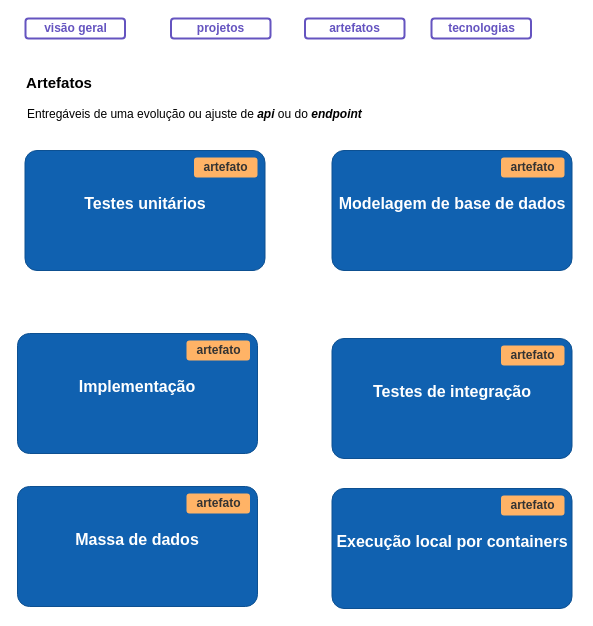
Earlier version of the draw.io diagram page "Artefatos" (3 of 18) of as-is-mock-bank.drawio (andretrindade/mock-bank-project). Source tidied: cells renumbered, new cells numbered last; positions are measured from the earlier drawing's top-left corner, leaving out a move shared by most shapes. Both pictures are drawn from the tidied source at 100%, with x=0, y=0 at pixel (17, 18).
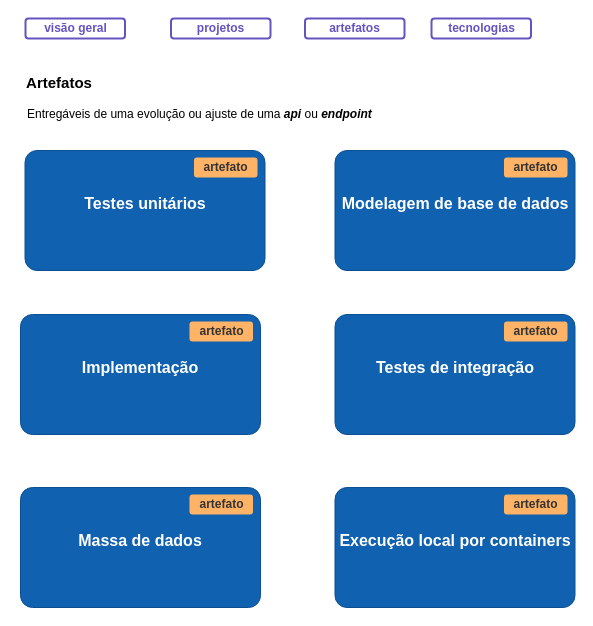
The same page after the edit.

Change to the diagram source:
```diff
@@
-    <mxCell id="3" value="Entregáveis de uma evolução ou ajuste de &lt;b&gt;&lt;i&gt;api&lt;/i&gt;&lt;/b&gt; ou do &lt;b&gt;&lt;i&gt;endpoint&lt;/i&gt;&lt;/b&gt;" style="text;html=1;align=left;verticalAlign=middle;whiteSpace=wrap;rounded=0;" parent="1" vertex="1">
+    <mxCell id="3" value="Entregáveis de uma evolução ou ajuste de uma&amp;nbsp;&lt;b&gt;&lt;i&gt;api&lt;/i&gt;&lt;/b&gt; ou&amp;nbsp;&lt;b&gt;&lt;i&gt;endpoint&lt;/i&gt;&lt;/b&gt;" style="text;html=1;align=left;verticalAlign=middle;whiteSpace=wrap;rounded=0;" parent="1" vertex="1">
       <mxGeometry x="8" y="81" width="389" height="30" as="geometry" />
     </mxCell>
@@
     <object id="10" label="&lt;font style=&quot;font-size: 16px&quot;&gt;&lt;b&gt;%c4Name%&lt;/b&gt;&lt;/font&gt;&lt;div&gt;&lt;/div&gt;&lt;br&gt;&lt;div&gt;&lt;font style=&quot;font-size: 11px&quot;&gt;&lt;font &gt;%c4Description%&lt;/font&gt;&lt;/div&gt;" c4Description="" c4Name="Implementação" placeholders="1">
       <mxCell style="rounded=1;whiteSpace=wrap;html=1;labelBackgroundColor=none;fillColor=#1061B0;fontColor=#ffffff;align=center;arcSize=10;strokeColor=#0D5091;" parent="1" vertex="1">
-        <mxGeometry y="315" width="240" height="120" as="geometry" />
+        <mxGeometry x="3" y="296" width="240" height="120" as="geometry" />
       </mxCell>
     </object>
     <mxCell id="11" value="artefato" style="dashed=0;html=1;rounded=1;strokeColor=none;fontSize=12;align=center;fontStyle=1;strokeWidth=2;fillColor=#FFB366;fontColor=#333333;verticalAlign=middle;fontFamily=Helvetica;" parent="1" vertex="1">
-      <mxGeometry x="169" y="322" width="63.5" height="20" as="geometry" />
+      <mxGeometry x="172" y="303" width="63.5" height="20" as="geometry" />
     </mxCell>
     <object id="12" label="&lt;font style=&quot;font-size: 16px&quot;&gt;&lt;b&gt;%c4Name%&lt;/b&gt;&lt;/font&gt;&lt;div&gt;&lt;/div&gt;&lt;br&gt;&lt;div&gt;&lt;font style=&quot;font-size: 11px&quot;&gt;&lt;font &gt;%c4Description%&lt;/font&gt;&lt;/div&gt;" c4Description="" c4Name="Modelagem de base de dados" placeholders="1">
       <mxCell style="rounded=1;whiteSpace=wrap;html=1;labelBackgroundColor=none;fillColor=#1061B0;fontColor=#ffffff;align=center;arcSize=10;strokeColor=#0D5091;" parent="1" vertex="1">
-        <mxGeometry x="314.5" y="132" width="240" height="120" as="geometry" />
+        <mxGeometry x="317.5" y="132" width="240" height="120" as="geometry" />
       </mxCell>
     </object>
     <mxCell id="13" value="artefato" style="dashed=0;html=1;rounded=1;strokeColor=none;fontSize=12;align=center;fontStyle=1;strokeWidth=2;fillColor=#FFB366;fontColor=#333333;" parent="1" vertex="1">
-      <mxGeometry x="483.5" y="139" width="63.5" height="20" as="geometry" />
+      <mxGeometry x="486.5" y="139" width="63.5" height="20" as="geometry" />
     </mxCell>
     <object id="14" label="&lt;font style=&quot;font-size: 16px&quot;&gt;&lt;b&gt;%c4Name%&lt;/b&gt;&lt;/font&gt;&lt;div&gt;&lt;/div&gt;&lt;br&gt;&lt;div&gt;&lt;font style=&quot;font-size: 11px&quot;&gt;&lt;font &gt;%c4Description%&lt;/font&gt;&lt;/div&gt;" c4Description="" c4Name="Testes de integração" placeholders="1">
       <mxCell style="rounded=1;whiteSpace=wrap;html=1;labelBackgroundColor=none;fillColor=#1061B0;fontColor=#ffffff;align=center;arcSize=10;strokeColor=#0D5091;" parent="1" vertex="1">
-        <mxGeometry x="314.5" y="320" width="240" height="120" as="geometry" />
+        <mxGeometry x="317.5" y="296" width="240" height="120" as="geometry" />
       </mxCell>
     </object>
     <mxCell id="15" value="artefato" style="dashed=0;html=1;rounded=1;strokeColor=none;fontSize=12;align=center;fontStyle=1;strokeWidth=2;fillColor=#FFB366;fontColor=#333333;verticalAlign=middle;fontFamily=Helvetica;" parent="1" vertex="1">
-      <mxGeometry x="483.5" y="327" width="63.5" height="20" as="geometry" />
+      <mxGeometry x="486.5" y="303" width="63.5" height="20" as="geometry" />
     </mxCell>
     <object id="16" label="&lt;font style=&quot;font-size: 16px&quot;&gt;&lt;b&gt;%c4Name%&lt;/b&gt;&lt;/font&gt;&lt;div&gt;&lt;/div&gt;&lt;br&gt;&lt;div&gt;&lt;font style=&quot;font-size: 11px&quot;&gt;&lt;font &gt;%c4Description%&lt;/font&gt;&lt;/div&gt;" c4Description="" c4Name="Massa de dados" placeholders="1">
       <mxCell style="rounded=1;whiteSpace=wrap;html=1;labelBackgroundColor=none;fillColor=#1061B0;fontColor=#ffffff;align=center;arcSize=10;strokeColor=#0D5091;" parent="1" vertex="1">
-        <mxGeometry y="468" width="240" height="120" as="geometry" />
+        <mxGeometry x="3" y="469" width="240" height="120" as="geometry" />
       </mxCell>
     </object>
     <mxCell id="17" value="artefato" style="dashed=0;html=1;rounded=1;strokeColor=none;fontSize=12;align=center;fontStyle=1;strokeWidth=2;fillColor=#FFB366;fontColor=#333333;verticalAlign=middle;fontFamily=Helvetica;" parent="1" vertex="1">
-      <mxGeometry x="169" y="475" width="63.5" height="20" as="geometry" />
+      <mxGeometry x="172" y="476" width="63.5" height="20" as="geometry" />
     </mxCell>
     <object id="18" label="&lt;font style=&quot;font-size: 16px&quot;&gt;&lt;b&gt;%c4Name%&lt;/b&gt;&lt;/font&gt;&lt;div&gt;&lt;/div&gt;&lt;br&gt;&lt;div&gt;&lt;font style=&quot;font-size: 11px&quot;&gt;&lt;font &gt;%c4Description%&lt;/font&gt;&lt;/div&gt;" c4Description="" c4Name="Execução local por containers" placeholders="1">
       <mxCell style="rounded=1;whiteSpace=wrap;html=1;labelBackgroundColor=none;fillColor=#1061B0;fontColor=#ffffff;align=center;arcSize=10;strokeColor=#0D5091;" parent="1" vertex="1">
-        <mxGeometry x="314.5" y="470" width="240" height="120" as="geometry" />
+        <mxGeometry x="317.5" y="469" width="240" height="120" as="geometry" />
       </mxCell>
     </object>
     <mxCell id="19" value="artefato" style="dashed=0;html=1;rounded=1;strokeColor=none;fontSize=12;align=center;fontStyle=1;strokeWidth=2;fillColor=#FFB366;fontColor=#333333;verticalAlign=middle;fontFamily=Helvetica;" parent="1" vertex="1">
-      <mxGeometry x="483.5" y="477" width="63.5" height="20" as="geometry" />
+      <mxGeometry x="486.5" y="476" width="63.5" height="20" as="geometry" />
     </mxCell>
```
